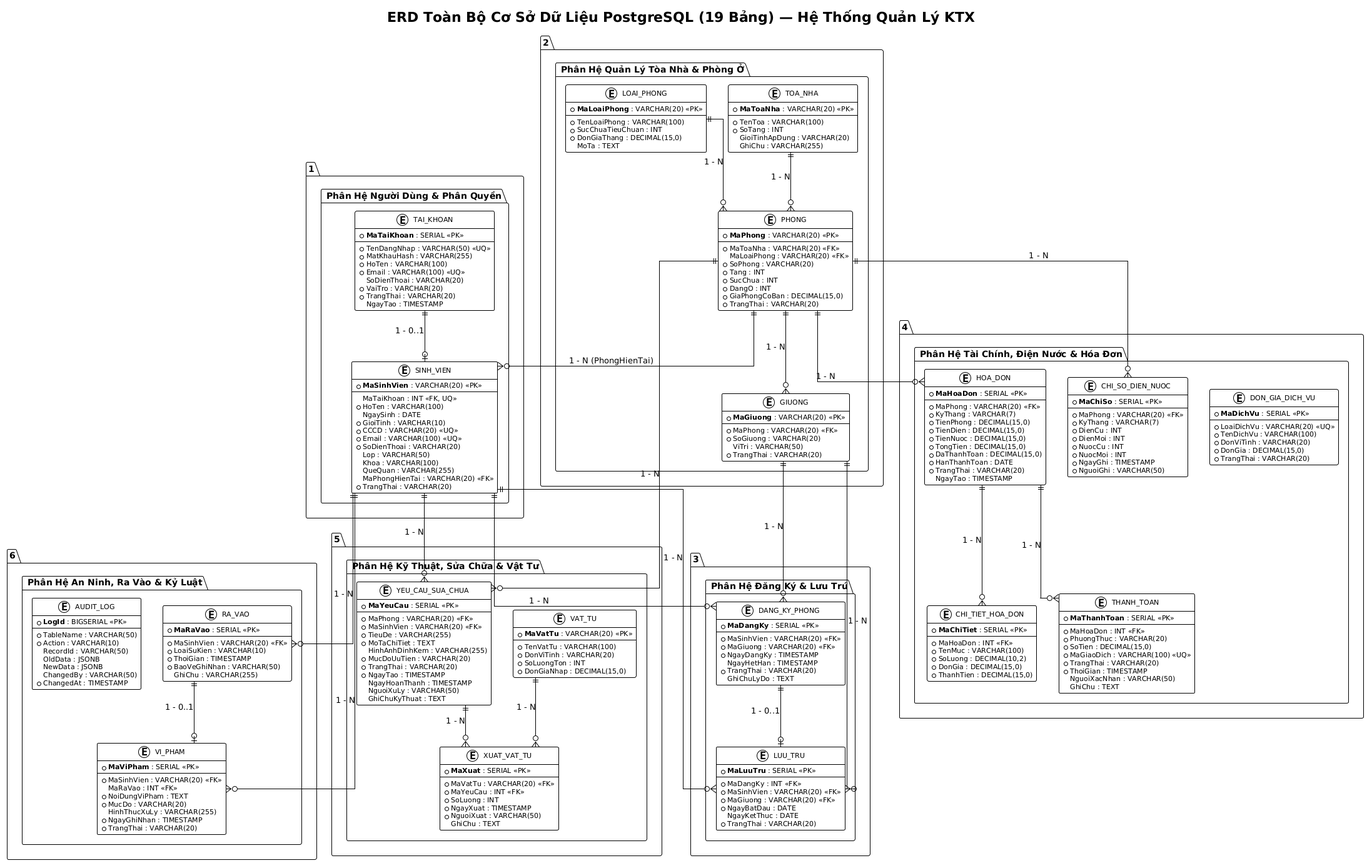
This is docs/main/ERD_Full_19Tables.png from caohoangphucs/hoc-cnpm, a PlantUML export, as it was before one commit.
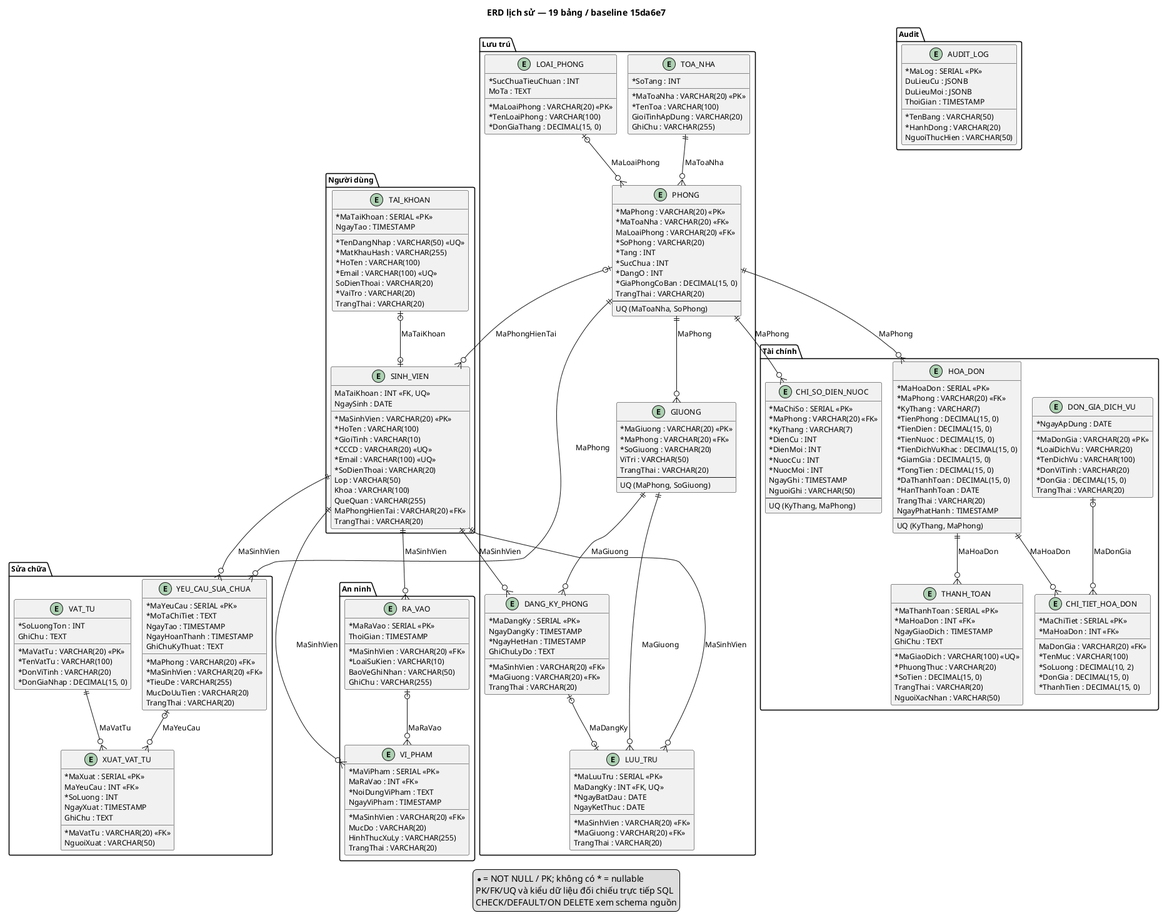
After the change.

Diff of the diagram source:
```diff
@@ -1,30 +1,25 @@
 @startuml
-!theme plain
-skinparam linetype ortho
+!pragma layout smetana
+skinparam classAttributeIconSize 0
 skinparam shadowing false
-skinparam roundcorner 5
-skinparam classFontSize 12
-skinparam classAttributeFontSize 11
-
-title ERD Toàn Bộ Cơ Sở Dữ Liệu PostgreSQL (19 Bảng) — Hệ Thống Quản Lý KTX
-
-package "1. Phân Hệ Người Dùng & Phân Quyền" {
+skinparam defaultFontSize 12
+skinparam nodesep 40
+skinparam ranksep 55
+title ERD lịch sử — 19 bảng / baseline 15da6e7
+package "Người dùng" {
   entity "TAI_KHOAN" as TAI_KHOAN {
-    * **MaTaiKhoan** : SERIAL <<PK>>
-    --
+    * MaTaiKhoan : SERIAL <<PK>>
     * TenDangNhap : VARCHAR(50) <<UQ>>
     * MatKhauHash : VARCHAR(255)
     * HoTen : VARCHAR(100)
     * Email : VARCHAR(100) <<UQ>>
     SoDienThoai : VARCHAR(20)
     * VaiTro : VARCHAR(20)
-    * TrangThai : VARCHAR(20)
+    TrangThai : VARCHAR(20)
     NgayTao : TIMESTAMP
   }
-
   entity "SINH_VIEN" as SINH_VIEN {
-    * **MaSinhVien** : VARCHAR(20) <<PK>>
-    --
+    * MaSinhVien : VARCHAR(20) <<PK>>
     MaTaiKhoan : INT <<FK, UQ>>
     * HoTen : VARCHAR(100)
     NgaySinh : DATE
@@ -36,238 +31,214 @@
     Khoa : VARCHAR(100)
     QueQuan : VARCHAR(255)
     MaPhongHienTai : VARCHAR(20) <<FK>>
-    * TrangThai : VARCHAR(20)
+    TrangThai : VARCHAR(20)
   }
 }
-
-package "2. Phân Hệ Quản Lý Tòa Nhà & Phòng Ở" {
+package "Lưu trú" {
   entity "TOA_NHA" as TOA_NHA {
-    * **MaToaNha** : VARCHAR(20) <<PK>>
-    --
+    * MaToaNha : VARCHAR(20) <<PK>>
     * TenToa : VARCHAR(100)
     * SoTang : INT
     GioiTinhApDung : VARCHAR(20)
     GhiChu : VARCHAR(255)
   }
-
   entity "LOAI_PHONG" as LOAI_PHONG {
-    * **MaLoaiPhong** : VARCHAR(20) <<PK>>
-    --
+    * MaLoaiPhong : VARCHAR(20) <<PK>>
     * TenLoaiPhong : VARCHAR(100)
     * SucChuaTieuChuan : INT
-    * DonGiaThang : DECIMAL(15,0)
+    * DonGiaThang : DECIMAL(15, 0)
     MoTa : TEXT
   }
-
   entity "PHONG" as PHONG {
-    * **MaPhong** : VARCHAR(20) <<PK>>
-    --
+    * MaPhong : VARCHAR(20) <<PK>>
     * MaToaNha : VARCHAR(20) <<FK>>
     MaLoaiPhong : VARCHAR(20) <<FK>>
     * SoPhong : VARCHAR(20)
     * Tang : INT
     * SucChua : INT
     * DangO : INT
-    * GiaPhongCoBan : DECIMAL(15,0)
-    * TrangThai : VARCHAR(20)
+    * GiaPhongCoBan : DECIMAL(15, 0)
+    TrangThai : VARCHAR(20)
+    --
+    UQ (MaToaNha, SoPhong)
   }
-
   entity "GIUONG" as GIUONG {
-    * **MaGiuong** : VARCHAR(20) <<PK>>
-    --
+    * MaGiuong : VARCHAR(20) <<PK>>
     * MaPhong : VARCHAR(20) <<FK>>
     * SoGiuong : VARCHAR(20)
     ViTri : VARCHAR(50)
-    * TrangThai : VARCHAR(20)
+    TrangThai : VARCHAR(20)
+    --
+    UQ (MaPhong, SoGiuong)
   }
-}
-
-package "3. Phân Hệ Đăng Ký & Lưu Trú" {
   entity "DANG_KY_PHONG" as DANG_KY_PHONG {
-    * **MaDangKy** : SERIAL <<PK>>
-    --
+    * MaDangKy : SERIAL <<PK>>
     * MaSinhVien : VARCHAR(20) <<FK>>
     * MaGiuong : VARCHAR(20) <<FK>>
-    * NgayDangKy : TIMESTAMP
-    NgayHetHan : TIMESTAMP
-    * TrangThai : VARCHAR(20)
+    NgayDangKy : TIMESTAMP
+    * NgayHetHan : TIMESTAMP
+    TrangThai : VARCHAR(20)
     GhiChuLyDo : TEXT
   }
-
   entity "LUU_TRU" as LUU_TRU {
-    * **MaLuuTru** : SERIAL <<PK>>
-    --
-    * MaDangKy : INT <<FK>>
+    * MaLuuTru : SERIAL <<PK>>
+    MaDangKy : INT <<FK, UQ>>
     * MaSinhVien : VARCHAR(20) <<FK>>
     * MaGiuong : VARCHAR(20) <<FK>>
     * NgayBatDau : DATE
     NgayKetThuc : DATE
-    * TrangThai : VARCHAR(20)
+    TrangThai : VARCHAR(20)
   }
 }
-
-package "4. Phân Hệ Tài Chính, Điện Nước & Hóa Đơn" {
+package "Tài chính" {
   entity "DON_GIA_DICH_VU" as DON_GIA_DICH_VU {
-    * **MaDichVu** : SERIAL <<PK>>
-    --
-    * LoaiDichVu : VARCHAR(20) <<UQ>>
+    * MaDonGia : VARCHAR(20) <<PK>>
+    * LoaiDichVu : VARCHAR(20)
     * TenDichVu : VARCHAR(100)
     * DonViTinh : VARCHAR(20)
-    * DonGia : DECIMAL(15,0)
-    * TrangThai : VARCHAR(20)
+    * DonGia : DECIMAL(15, 0)
+    * NgayApDung : DATE
+    TrangThai : VARCHAR(20)
   }
-
   entity "CHI_SO_DIEN_NUOC" as CHI_SO_DIEN_NUOC {
-    * **MaChiSo** : SERIAL <<PK>>
-    --
+    * MaChiSo : SERIAL <<PK>>
     * MaPhong : VARCHAR(20) <<FK>>
     * KyThang : VARCHAR(7)
     * DienCu : INT
     * DienMoi : INT
     * NuocCu : INT
     * NuocMoi : INT
-    * NgayGhi : TIMESTAMP
-    * NguoiGhi : VARCHAR(50)
+    NgayGhi : TIMESTAMP
+    NguoiGhi : VARCHAR(50)
+    --
+    UQ (KyThang, MaPhong)
   }
-
   entity "HOA_DON" as HOA_DON {
-    * **MaHoaDon** : SERIAL <<PK>>
-    --
+    * MaHoaDon : SERIAL <<PK>>
     * MaPhong : VARCHAR(20) <<FK>>
     * KyThang : VARCHAR(7)
-    * TienPhong : DECIMAL(15,0)
-    * TienDien : DECIMAL(15,0)
-    * TienNuoc : DECIMAL(15,0)
-    * TongTien : DECIMAL(15,0)
-    * DaThanhToan : DECIMAL(15,0)
+    * TienPhong : DECIMAL(15, 0)
+    * TienDien : DECIMAL(15, 0)
+    * TienNuoc : DECIMAL(15, 0)
+    * TienDichVuKhac : DECIMAL(15, 0)
+    * GiamGia : DECIMAL(15, 0)
+    * TongTien : DECIMAL(15, 0)
+    * DaThanhToan : DECIMAL(15, 0)
     * HanThanhToan : DATE
-    * TrangThai : VARCHAR(20)
-    NgayTao : TIMESTAMP
+    TrangThai : VARCHAR(20)
+    NgayPhatHanh : TIMESTAMP
+    --
+    UQ (KyThang, MaPhong)
   }
-
   entity "CHI_TIET_HOA_DON" as CHI_TIET_HOA_DON {
-    * **MaChiTiet** : SERIAL <<PK>>
-    --
+    * MaChiTiet : SERIAL <<PK>>
     * MaHoaDon : INT <<FK>>
+    MaDonGia : VARCHAR(20) <<FK>>
     * TenMuc : VARCHAR(100)
-    * SoLuong : DECIMAL(10,2)
-    * DonGia : DECIMAL(15,0)
-    * ThanhTien : DECIMAL(15,0)
+    * SoLuong : DECIMAL(10, 2)
+    * DonGia : DECIMAL(15, 0)
+    * ThanhTien : DECIMAL(15, 0)
   }
-
   entity "THANH_TOAN" as THANH_TOAN {
-    * **MaThanhToan** : SERIAL <<PK>>
-    --
+    * MaThanhToan : SERIAL <<PK>>
     * MaHoaDon : INT <<FK>>
+    * MaGiaoDich : VARCHAR(100) <<UQ>>
     * PhuongThuc : VARCHAR(20)
-    * SoTien : DECIMAL(15,0)
-    * MaGiaoDich : VARCHAR(100) <<UQ>>
-    * TrangThai : VARCHAR(20)
-    * ThoiGian : TIMESTAMP
+    * SoTien : DECIMAL(15, 0)
+    TrangThai : VARCHAR(20)
+    NgayGiaoDich : TIMESTAMP
     NguoiXacNhan : VARCHAR(50)
     GhiChu : TEXT
   }
 }
-
-package "5. Phân Hệ Kỹ Thuật, Sửa Chữa & Vật Tư" {
+package "Sửa chữa" {
   entity "VAT_TU" as VAT_TU {
-    * **MaVatTu** : VARCHAR(20) <<PK>>
-    --
+    * MaVatTu : VARCHAR(20) <<PK>>
     * TenVatTu : VARCHAR(100)
     * DonViTinh : VARCHAR(20)
     * SoLuongTon : INT
-    * DonGiaNhap : DECIMAL(15,0)
+    * DonGiaNhap : DECIMAL(15, 0)
+    GhiChu : TEXT
   }
-
   entity "YEU_CAU_SUA_CHUA" as YEU_CAU_SUA_CHUA {
-    * **MaYeuCau** : SERIAL <<PK>>
-    --
+    * MaYeuCau : SERIAL <<PK>>
     * MaPhong : VARCHAR(20) <<FK>>
     * MaSinhVien : VARCHAR(20) <<FK>>
     * TieuDe : VARCHAR(255)
     * MoTaChiTiet : TEXT
-    HinhAnhDinhKem : VARCHAR(255)
-    * MucDoUuTien : VARCHAR(20)
-    * TrangThai : VARCHAR(20)
-    * NgayTao : TIMESTAMP
+    MucDoUuTien : VARCHAR(20)
+    TrangThai : VARCHAR(20)
+    NgayTao : TIMESTAMP
     NgayHoanThanh : TIMESTAMP
-    NguoiXuLy : VARCHAR(50)
     GhiChuKyThuat : TEXT
   }
-
   entity "XUAT_VAT_TU" as XUAT_VAT_TU {
-    * **MaXuat** : SERIAL <<PK>>
-    --
+    * MaXuat : SERIAL <<PK>>
     * MaVatTu : VARCHAR(20) <<FK>>
-    * MaYeuCau : INT <<FK>>
+    MaYeuCau : INT <<FK>>
     * SoLuong : INT
-    * NgayXuat : TIMESTAMP
-    * NguoiXuat : VARCHAR(50)
+    NgayXuat : TIMESTAMP
+    NguoiXuat : VARCHAR(50)
     GhiChu : TEXT
   }
 }
-
-package "6. Phân Hệ An Ninh, Ra Vào & Kỷ Luật" {
+package "An ninh" {
   entity "RA_VAO" as RA_VAO {
-    * **MaRaVao** : SERIAL <<PK>>
-    --
+    * MaRaVao : SERIAL <<PK>>
     * MaSinhVien : VARCHAR(20) <<FK>>
     * LoaiSuKien : VARCHAR(10)
-    * ThoiGian : TIMESTAMP
-    * BaoVeGhiNhan : VARCHAR(50)
+    ThoiGian : TIMESTAMP
+    BaoVeGhiNhan : VARCHAR(50)
     GhiChu : VARCHAR(255)
   }
-
   entity "VI_PHAM" as VI_PHAM {
-    * **MaViPham** : SERIAL <<PK>>
-    --
+    * MaViPham : SERIAL <<PK>>
     * MaSinhVien : VARCHAR(20) <<FK>>
     MaRaVao : INT <<FK>>
     * NoiDungViPham : TEXT
-    * MucDo : VARCHAR(20)
+    MucDo : VARCHAR(20)
     HinhThucXuLy : VARCHAR(255)
-    * NgayGhiNhan : TIMESTAMP
-    * TrangThai : VARCHAR(20)
+    NgayViPham : TIMESTAMP
+    TrangThai : VARCHAR(20)
   }
-
+}
+package "Audit" {
   entity "AUDIT_LOG" as AUDIT_LOG {
-    * **LogId** : BIGSERIAL <<PK>>
-    --
-    * TableName : VARCHAR(50)
-    * Action : VARCHAR(10)
-    RecordId : VARCHAR(50)
-    OldData : JSONB
-    NewData : JSONB
-    ChangedBy : VARCHAR(50)
-    * ChangedAt : TIMESTAMP
+    * MaLog : SERIAL <<PK>>
+    * TenBang : VARCHAR(50)
+    * HanhDong : VARCHAR(20)
+    DuLieuCu : JSONB
+    DuLieuMoi : JSONB
+    NguoiThucHien : VARCHAR(50)
+    ThoiGian : TIMESTAMP
   }
 }
 
-TAI_KHOAN ||--o| SINH_VIEN : "1 - 0..1"
-TOA_NHA ||--o{ PHONG : "1 - N"
-LOAI_PHONG ||--o{ PHONG : "1 - N"
-PHONG ||--o{ GIUONG : "1 - N"
-PHONG ||--o{ SINH_VIEN : "1 - N (PhongHienTai)"
-
-SINH_VIEN ||--o{ DANG_KY_PHONG : "1 - N"
-GIUONG ||--o{ DANG_KY_PHONG : "1 - N"
-
-DANG_KY_PHONG ||--o| LUU_TRU : "1 - 0..1"
-SINH_VIEN ||--o{ LUU_TRU : "1 - N"
-GIUONG ||--o{ LUU_TRU : "1 - N"
-
-PHONG ||--o{ CHI_SO_DIEN_NUOC : "1 - N"
-PHONG ||--o{ HOA_DON : "1 - N"
-HOA_DON ||--o{ CHI_TIET_HOA_DON : "1 - N"
-HOA_DON ||--o{ THANH_TOAN : "1 - N"
-
-PHONG ||--o{ YEU_CAU_SUA_CHUA : "1 - N"
-SINH_VIEN ||--o{ YEU_CAU_SUA_CHUA : "1 - N"
-YEU_CAU_SUA_CHUA ||--o{ XUAT_VAT_TU : "1 - N"
-VAT_TU ||--o{ XUAT_VAT_TU : "1 - N"
-
-SINH_VIEN ||--o{ RA_VAO : "1 - N"
-SINH_VIEN ||--o{ VI_PHAM : "1 - N"
-RA_VAO ||--o| VI_PHAM : "1 - 0..1"
-
+TAI_KHOAN |o--o| SINH_VIEN : MaTaiKhoan
+PHONG |o--o{ SINH_VIEN : MaPhongHienTai
+TOA_NHA ||--o{ PHONG : MaToaNha
+LOAI_PHONG |o--o{ PHONG : MaLoaiPhong
+PHONG ||--o{ GIUONG : MaPhong
+SINH_VIEN ||--o{ DANG_KY_PHONG : MaSinhVien
+GIUONG ||--o{ DANG_KY_PHONG : MaGiuong
+DANG_KY_PHONG |o--o| LUU_TRU : MaDangKy
+SINH_VIEN ||--o{ LUU_TRU : MaSinhVien
+GIUONG ||--o{ LUU_TRU : MaGiuong
+PHONG ||--o{ CHI_SO_DIEN_NUOC : MaPhong
+PHONG ||--o{ HOA_DON : MaPhong
+HOA_DON ||--o{ CHI_TIET_HOA_DON : MaHoaDon
+DON_GIA_DICH_VU |o--o{ CHI_TIET_HOA_DON : MaDonGia
+HOA_DON ||--o{ THANH_TOAN : MaHoaDon
+PHONG ||--o{ YEU_CAU_SUA_CHUA : MaPhong
+SINH_VIEN ||--o{ YEU_CAU_SUA_CHUA : MaSinhVien
+VAT_TU ||--o{ XUAT_VAT_TU : MaVatTu
+YEU_CAU_SUA_CHUA |o--o{ XUAT_VAT_TU : MaYeuCau
+SINH_VIEN ||--o{ RA_VAO : MaSinhVien
+SINH_VIEN ||--o{ VI_PHAM : MaSinhVien
+RA_VAO |o--o{ VI_PHAM : MaRaVao
+legend bottom
+  * = NOT NULL / PK; không có * = nullable
+  PK/FK/UQ và kiểu dữ liệu đối chiếu trực tiếp SQL
+  CHECK/DEFAULT/ON DELETE xem schema nguồn
+endlegend
 @enduml
```
